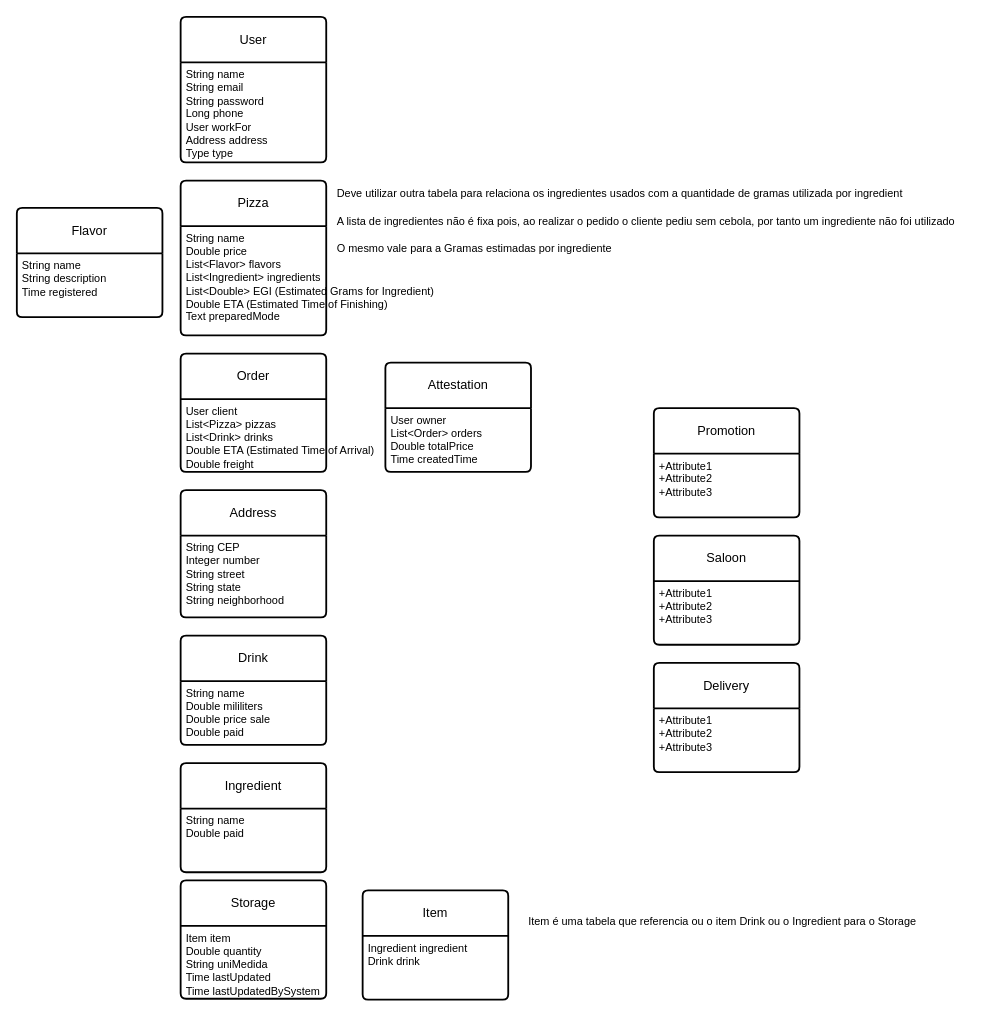
This is page "Sketch_1-CD" (1 of 2) of DER Orderize.drawio from Sant-Thiago/Estudos, a draw.io file, before an edit. Source tidied: cells renumbered, new cells numbered last; positions are measured from the earlier drawing's top-left corner, leaving out a move shared by most shapes. Both pictures are drawn from the tidied source at 91%, with x=0, y=0 at pixel (16, 16).
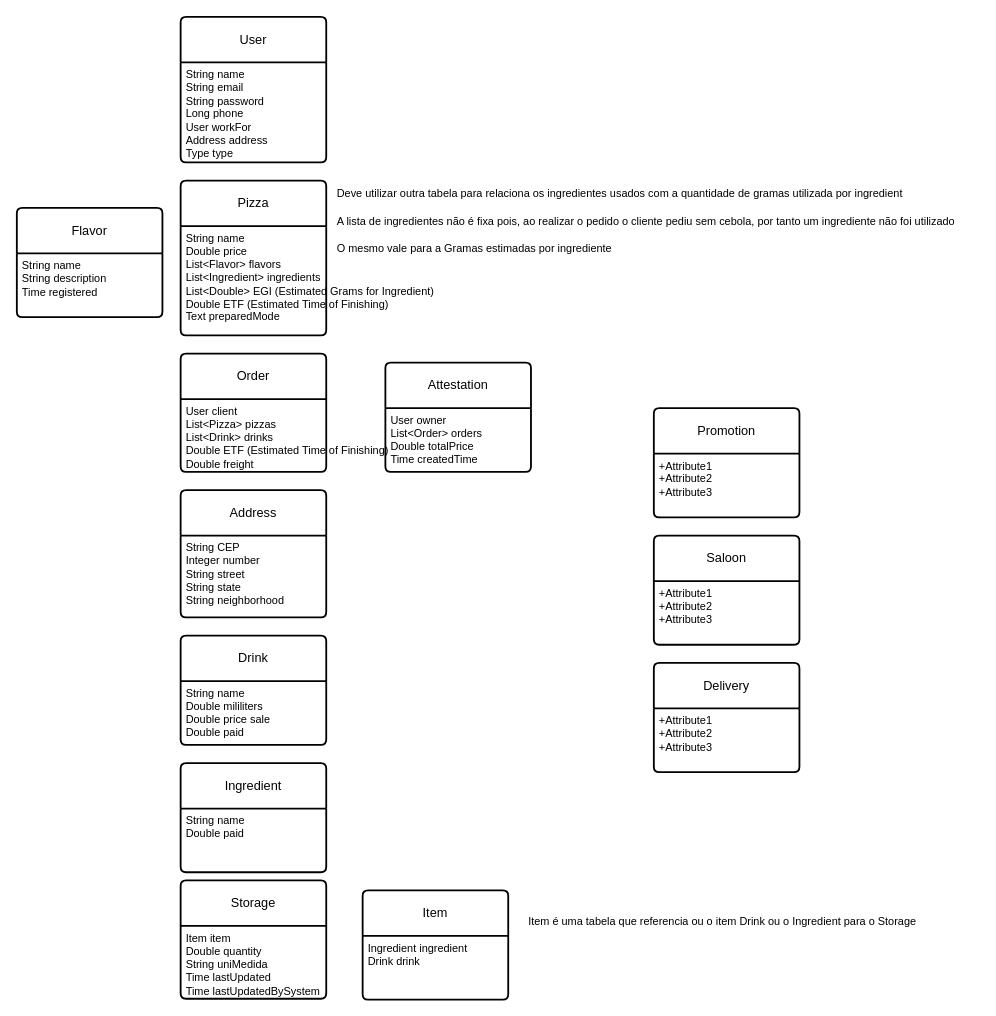
The same diagram, later.

The change refers to these unchanged cells:
```xml
<mxCell id="4" value="Ord&lt;span style=&quot;background-color: initial;&quot;&gt;er&lt;/span&gt;" style="swimlane;horizontal=1;startSize=50;rounded=1;fontSize=14;fontStyle=0;strokeWidth=2;shadow=0;dashed=0;align=center;arcSize=4;whiteSpace=wrap;html=1;" parent="1" vertex="1">
  <mxGeometry x="180" y="370" width="160" height="130" as="geometry" />
</mxCell>
<mxCell id="23" value="Pizza" style="swimlane;horizontal=1;startSize=50;rounded=1;fontSize=14;fontStyle=0;strokeWidth=2;shadow=0;dashed=0;align=center;arcSize=4;whiteSpace=wrap;html=1;" parent="22" vertex="1">
  <mxGeometry x="3" y="-79" width="160" height="170" as="geometry" />
</mxCell>
```

The edit, as a diff of the source:
```diff
@@
-    <mxCell id="5" value="User client&lt;div&gt;List&amp;lt;Pizza&amp;gt; pizzas&lt;/div&gt;&lt;div&gt;List&amp;lt;Drink&amp;gt; drinks&lt;/div&gt;&lt;div&gt;Double ETA (Estimated Time of Arrival)&lt;br&gt;Double freight&lt;/div&gt;" style="align=left;strokeColor=none;fillColor=none;spacingLeft=4;fontSize=12;verticalAlign=top;html=1;" parent="4" vertex="1">
+    <mxCell id="5" value="User client&lt;div&gt;List&amp;lt;Pizza&amp;gt; pizzas&lt;/div&gt;&lt;div&gt;List&amp;lt;Drink&amp;gt; drinks&lt;/div&gt;&lt;div&gt;Double ETF (Estimated Time of Finishing)&lt;br&gt;Double freight&lt;/div&gt;" style="align=left;strokeColor=none;fillColor=none;spacingLeft=4;fontSize=12;verticalAlign=top;html=1;" parent="4" vertex="1">
       <mxGeometry y="50" width="160" height="80" as="geometry" />
     </mxCell>
@@
-    <mxCell id="24" value="&lt;div&gt;String name&lt;/div&gt;&lt;div&gt;Double price&lt;/div&gt;&lt;div&gt;List&amp;lt;Flavor&amp;gt; flavors&lt;br&gt;&lt;/div&gt;List&amp;lt;Ingredient&amp;gt; ingredients&lt;div&gt;List&amp;lt;Double&amp;gt; EGI (&lt;span style=&quot;background-color: initial;&quot;&gt;Estimated&lt;/span&gt;&lt;span style=&quot;background-color: initial;&quot;&gt;&amp;nbsp;&lt;/span&gt;&lt;span style=&quot;background-color: initial;&quot;&gt;G&lt;/span&gt;&lt;span style=&quot;background-color: initial;&quot;&gt;rams for Ingredient&lt;/span&gt;&lt;span style=&quot;background-color: initial;&quot;&gt;)&lt;/span&gt;&lt;/div&gt;&lt;div&gt;Double&amp;nbsp;ETA (Estimated Time of Finishing)&lt;br&gt;&lt;/div&gt;&lt;div&gt;Text preparedMode&lt;/div&gt;" style="align=left;strokeColor=none;fillColor=none;spacingLeft=4;fontSize=12;verticalAlign=top;html=1;" parent="23" vertex="1">
+    <mxCell id="24" value="&lt;div&gt;String name&lt;/div&gt;&lt;div&gt;Double price&lt;/div&gt;&lt;div&gt;List&amp;lt;Flavor&amp;gt; flavors&lt;br&gt;&lt;/div&gt;List&amp;lt;Ingredient&amp;gt; ingredients&lt;div&gt;List&amp;lt;Double&amp;gt; EGI (&lt;span style=&quot;background-color: initial;&quot;&gt;Estimated&lt;/span&gt;&lt;span style=&quot;background-color: initial;&quot;&gt;&amp;nbsp;&lt;/span&gt;&lt;span style=&quot;background-color: initial;&quot;&gt;G&lt;/span&gt;&lt;span style=&quot;background-color: initial;&quot;&gt;rams for Ingredient&lt;/span&gt;&lt;span style=&quot;background-color: initial;&quot;&gt;)&lt;/span&gt;&lt;/div&gt;&lt;div&gt;Double&amp;nbsp;ETF (Estimated Time of Finishing)&lt;br&gt;&lt;/div&gt;&lt;div&gt;Text preparedMode&lt;/div&gt;" style="align=left;strokeColor=none;fillColor=none;spacingLeft=4;fontSize=12;verticalAlign=top;html=1;" parent="23" vertex="1">
       <mxGeometry y="50" width="160" height="120" as="geometry" />
     </mxCell>
```
